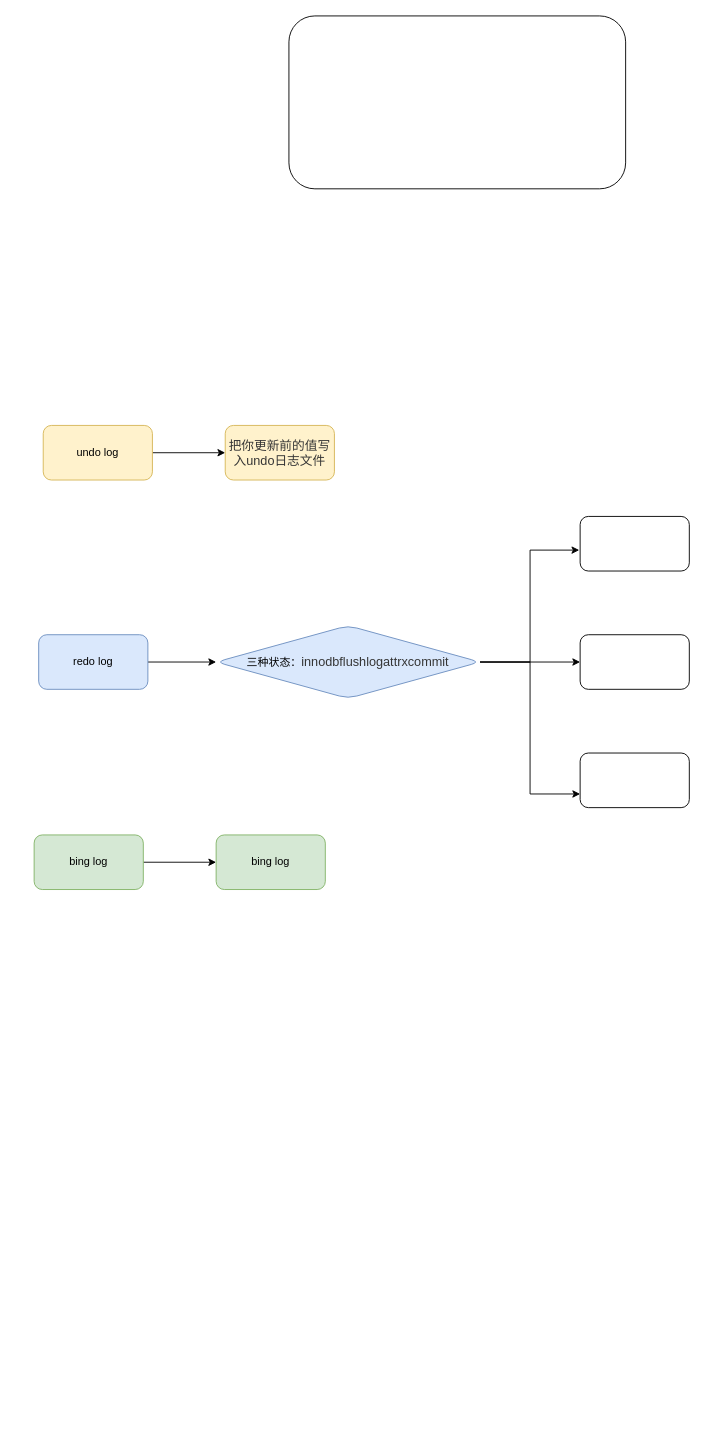
sunshuwei520/weishao keeps this draw.io diagram as mysql三种日志详解.drawio. Above is the earlier version. Source tidied: cells renumbered, new cells numbered last; positions are measured from the earlier drawing's top-left corner, leaving out a move shared by most shapes. Both pictures are drawn from the tidied source at 91%, with x=0, y=0 at pixel (34, 15).
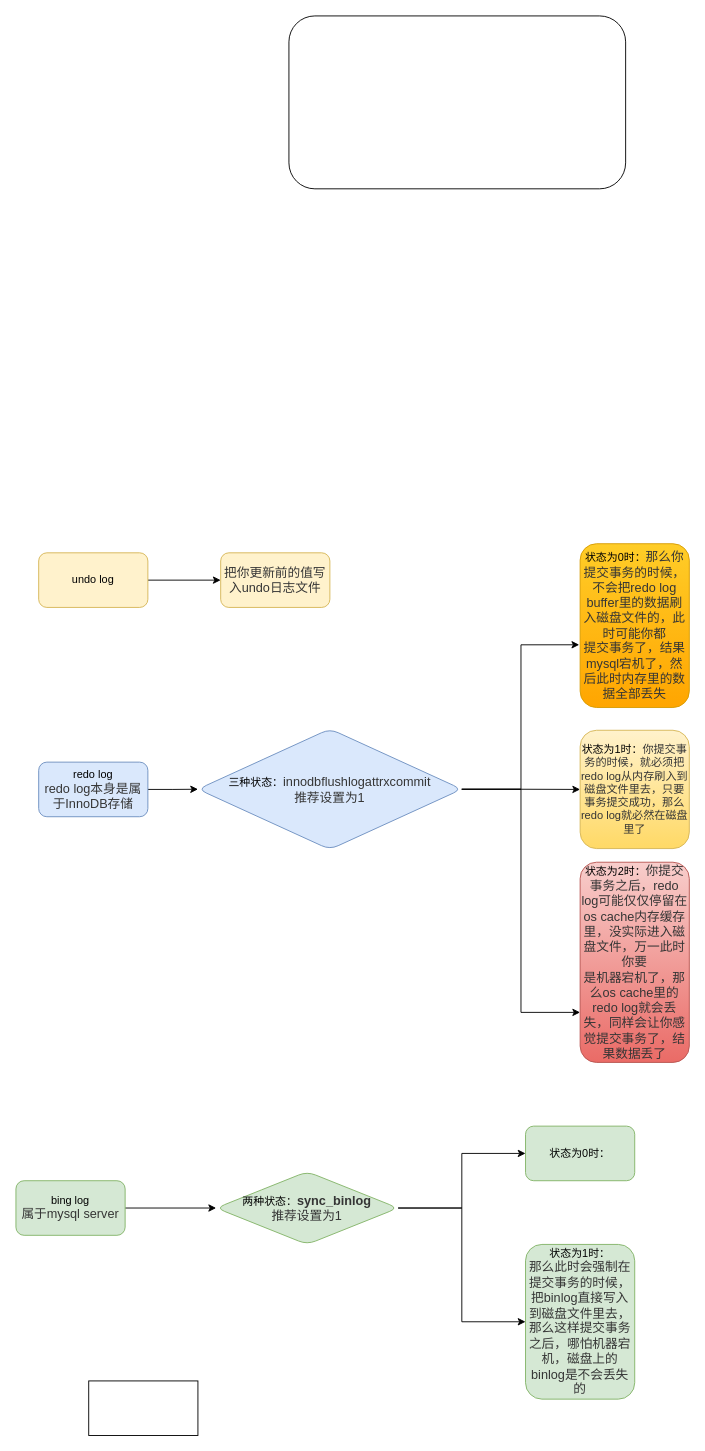
The same diagram, later.

Commit message (it also covers changes not shown here):
Update mysql三种日志详解.drawio

Change to the diagram source:
```diff
@@
     <mxCell id="3" value="undo log" style="rounded=1;whiteSpace=wrap;html=1;fillColor=#fff2cc;strokeColor=#d6b656;" parent="1" vertex="1">
-      <mxGeometry x="10" y="450" width="120" height="60" as="geometry" />
+      <mxGeometry x="5" y="590" width="120" height="60" as="geometry" />
     </mxCell>
@@
-    <mxCell id="5" value="redo log" style="rounded=1;whiteSpace=wrap;html=1;fillColor=#dae8fc;strokeColor=#6c8ebf;" parent="1" vertex="1">
-      <mxGeometry x="5" y="680" width="120" height="60" as="geometry" />
+    <mxCell id="5" value="redo log&lt;br&gt;&lt;div&gt;&lt;span style=&quot;font-size: 10.4667pt ; color: rgb(53 , 53 , 53)&quot;&gt;redo log本身是属于InnoDB存储&lt;/span&gt;&lt;/div&gt;" style="rounded=1;whiteSpace=wrap;html=1;fillColor=#dae8fc;strokeColor=#6c8ebf;" parent="1" vertex="1">
+      <mxGeometry x="5" y="820" width="120" height="60" as="geometry" />
     </mxCell>
-    <mxCell id="6" style="edgeStyle=orthogonalEdgeStyle;rounded=0;jettySize=auto;html=1;" parent="1" edge="1" source="7" target="17">
-      <mxGeometry relative="1" as="geometry" />
-    </mxCell>
+    <mxCell id="18" style="edgeStyle=orthogonalEdgeStyle;rounded=0;jettySize=auto;html=1;" parent="1" edge="1" source="7" target="22">
+      <mxGeometry relative="1" as="geometry" />
+    </mxCell>
-    <mxCell id="7" value="bing log" style="rounded=1;whiteSpace=wrap;html=1;fillColor=#d5e8d4;strokeColor=#82b366;" parent="1" vertex="1">
-      <mxGeometry y="900" width="120" height="60" as="geometry" />
+    <mxCell id="7" value="bing log&lt;br&gt;&lt;span style=&quot;color: rgb(53 , 53 , 53) ; font-size: 10.4667pt&quot;&gt;属于mysql server&lt;/span&gt;" style="rounded=1;whiteSpace=wrap;html=1;fillColor=#d5e8d4;strokeColor=#82b366;" parent="1" vertex="1">
+      <mxGeometry x="-20" y="1280" width="120" height="60" as="geometry" />
     </mxCell>
@@
     <mxCell id="9" value="&#10;&#10;&#10;&lt;div&gt;&lt;span style=&quot;font-size: 10.4667pt ; color: rgb(53 , 53 , 53)&quot;&gt;把你更新前的值写入undo日志文件&lt;/span&gt;&lt;/div&gt;&#10;&#10;&#10;" style="whiteSpace=wrap;html=1;rounded=1;fillColor=#fff2cc;strokeColor=#d6b656;" parent="1" vertex="1">
-      <mxGeometry x="210" y="450" width="120" height="60" as="geometry" />
+      <mxGeometry x="205" y="590" width="120" height="60" as="geometry" />
     </mxCell>
@@
-    <mxCell id="13" value="三种状态：&lt;span style=&quot;font-size: 10.4667pt ; color: rgb(53 , 53 , 53)&quot;&gt;innodb&lt;/span&gt;&lt;span style=&quot;font-size: 10.4667pt ; color: rgb(53 , 53 , 53)&quot;&gt;flush&lt;/span&gt;&lt;span style=&quot;font-size: 10.4667pt ; color: rgb(53 , 53 , 53)&quot;&gt;log&lt;/span&gt;&lt;span style=&quot;font-size: 10.4667pt ; color: rgb(53 , 53 , 53)&quot;&gt;at&lt;/span&gt;&lt;span style=&quot;font-size: 10.4667pt ; color: rgb(53 , 53 , 53)&quot;&gt;trx&lt;/span&gt;&lt;span style=&quot;font-size: 10.4667pt ; color: rgb(53 , 53 , 53)&quot;&gt;commit&lt;/span&gt;" style="rhombus;whiteSpace=wrap;html=1;rounded=1;strokeColor=#6c8ebf;fillColor=#dae8fc;" parent="1" vertex="1">
-      <mxGeometry x="200" y="670" width="290" height="80" as="geometry" />
+    <mxCell id="13" value="三种状态：&lt;span style=&quot;font-size: 10.4667pt ; color: rgb(53 , 53 , 53)&quot;&gt;innodb&lt;/span&gt;&lt;span style=&quot;font-size: 10.4667pt ; color: rgb(53 , 53 , 53)&quot;&gt;flush&lt;/span&gt;&lt;span style=&quot;font-size: 10.4667pt ; color: rgb(53 , 53 , 53)&quot;&gt;log&lt;/span&gt;&lt;span style=&quot;font-size: 10.4667pt ; color: rgb(53 , 53 , 53)&quot;&gt;at&lt;/span&gt;&lt;span style=&quot;font-size: 10.4667pt ; color: rgb(53 , 53 , 53)&quot;&gt;trx&lt;/span&gt;&lt;span style=&quot;font-size: 10.4667pt ; color: rgb(53 , 53 , 53)&quot;&gt;commit&lt;br&gt;推荐设置为1&lt;br&gt;&lt;/span&gt;" style="rhombus;whiteSpace=wrap;html=1;rounded=1;strokeColor=#6c8ebf;fillColor=#dae8fc;" parent="1" vertex="1">
+      <mxGeometry x="180" y="783.5" width="290" height="132.5" as="geometry" />
     </mxCell>
-    <mxCell id="14" style="rounded=1;whiteSpace=wrap;html=1;" parent="1" vertex="1">
-      <mxGeometry x="600" y="550" width="120" height="60" as="geometry" />
+    <mxCell id="14" value="状态为0时：&lt;span style=&quot;color: rgb(53 , 53 , 53) ; font-size: 10.4667pt&quot;&gt;那么你提交事务的时候，不会把redo log buffer里的数据刷入磁盘文件的，此时可能你都&lt;/span&gt;&lt;div&gt;&lt;span style=&quot;font-size: 10.4667pt ; color: rgb(53 , 53 , 53)&quot;&gt;提交事务了，结果mysql宕机了，然后此时内存里的数据全部丢失&lt;/span&gt;&lt;/div&gt;" style="rounded=1;whiteSpace=wrap;html=1;gradientColor=#ffa500;fillColor=#ffcd28;strokeColor=#d79b00;" parent="1" vertex="1">
+      <mxGeometry x="600" y="580" width="120" height="180" as="geometry" />
     </mxCell>
-    <mxCell id="15" style="rounded=1;whiteSpace=wrap;html=1;" parent="1" vertex="1">
-      <mxGeometry x="600" y="680" width="120" height="60" as="geometry" />
+    <mxCell id="15" value="状态为1时：&lt;span style=&quot;font-size: 9.15833pt ; color: rgb(53 , 53 , 53)&quot;&gt;你提交事务的时候，就必须把redo log从内存刷入到磁盘文件里去，只要事务提交成功，那么redo log就&lt;/span&gt;&lt;span style=&quot;color: rgb(53 , 53 , 53) ; font-size: 9.15833pt&quot;&gt;必然在磁盘里了&lt;/span&gt;" style="rounded=1;whiteSpace=wrap;html=1;gradientColor=#ffd966;fillColor=#fff2cc;strokeColor=#d6b656;" parent="1" vertex="1">
+      <mxGeometry x="600" y="785" width="120" height="130" as="geometry" />
     </mxCell>
-    <mxCell id="16" style="rounded=1;whiteSpace=wrap;html=1;" parent="1" vertex="1">
-      <mxGeometry x="600" y="810" width="120" height="60" as="geometry" />
+    <mxCell id="16" value="&lt;span&gt;状态为2时：&lt;/span&gt;&lt;span style=&quot;color: rgb(53 , 53 , 53) ; font-size: 10.4667pt&quot;&gt;你提交事务之后，redo log可能仅仅停留在os cache内存缓存里，没实际进入磁盘文件，万一此时你要&lt;/span&gt;&lt;div&gt;&lt;span style=&quot;font-size: 10.4667pt ; color: rgb(53 , 53 , 53)&quot;&gt;是机器宕机了，那么os cache里的redo log就会丢失，同样会让你感觉提交事务了，结果数据丢了&lt;/span&gt;&lt;/div&gt;" style="rounded=1;whiteSpace=wrap;html=1;gradientColor=#ea6b66;fillColor=#f8cecc;strokeColor=#b85450;" parent="1" vertex="1">
+      <mxGeometry x="600" y="930" width="120" height="220" as="geometry" />
     </mxCell>
-    <mxCell id="17" value="bing log" style="rounded=1;whiteSpace=wrap;html=1;fillColor=#d5e8d4;strokeColor=#82b366;" parent="1" vertex="1">
-      <mxGeometry x="200" y="900" width="120" height="60" as="geometry" />
-    </mxCell>
+    <mxCell id="19" style="whiteSpace=wrap;html=1;" parent="1" vertex="1">
+      <mxGeometry x="60" y="1500" width="120" height="60" as="geometry" />
+    </mxCell>
+    <mxCell id="20" style="edgeStyle=orthogonalEdgeStyle;rounded=0;jettySize=auto;html=1;" parent="1" edge="1" source="22" target="23">
+      <mxGeometry relative="1" as="geometry" />
+    </mxCell>
+    <mxCell id="21" style="edgeStyle=orthogonalEdgeStyle;rounded=0;jettySize=auto;html=1;entryX=0;entryY=0.5;entryDx=0;entryDy=0;" parent="1" edge="1" source="22" target="24">
+      <mxGeometry relative="1" as="geometry" />
+    </mxCell>
+    <mxCell id="22" value="&lt;span&gt;两种状态：&lt;/span&gt;&lt;span style=&quot;color: rgb(53 , 53 , 53) ; font-size: 10.4667pt ; font-weight: bold&quot;&gt;sync_binlog&lt;/span&gt;&lt;span&gt;&lt;br&gt;&lt;/span&gt;&lt;span style=&quot;font-size: 10.4667pt ; color: rgb(53 , 53 , 53)&quot;&gt;推荐设置为1&lt;/span&gt;" style="rhombus;whiteSpace=wrap;html=1;rounded=1;strokeColor=#82b366;fillColor=#d5e8d4;" parent="1" vertex="1">
+      <mxGeometry x="200" y="1270" width="200" height="80" as="geometry" />
+    </mxCell>
+    <mxCell id="23" value="&lt;span&gt;状态为0时：&lt;/span&gt;" style="whiteSpace=wrap;html=1;rounded=1;strokeColor=#82b366;fillColor=#d5e8d4;" parent="1" vertex="1">
+      <mxGeometry x="540" y="1220" width="120" height="60" as="geometry" />
+    </mxCell>
+    <mxCell id="24" value="状态为1时：&lt;div&gt;&lt;span style=&quot;font-size: 10.4667pt ; color: rgb(53 , 53 , 53)&quot;&gt;那么此时会强制在提交事务的时候，把binlog直接写入到磁盘文件里去，&lt;br&gt;&lt;/span&gt;&lt;/div&gt;&lt;div&gt;&lt;span style=&quot;font-size: 10.4667pt ; color: rgb(53 , 53 , 53)&quot;&gt;那么这样提交事务之后，哪怕机器宕机，磁盘上的binlog是不会丢失的&lt;/span&gt;&lt;/div&gt;" style="whiteSpace=wrap;html=1;rounded=1;strokeColor=#82b366;fillColor=#d5e8d4;" parent="1" vertex="1">
+      <mxGeometry x="540" y="1350" width="120" height="170" as="geometry" />
+    </mxCell>
```
